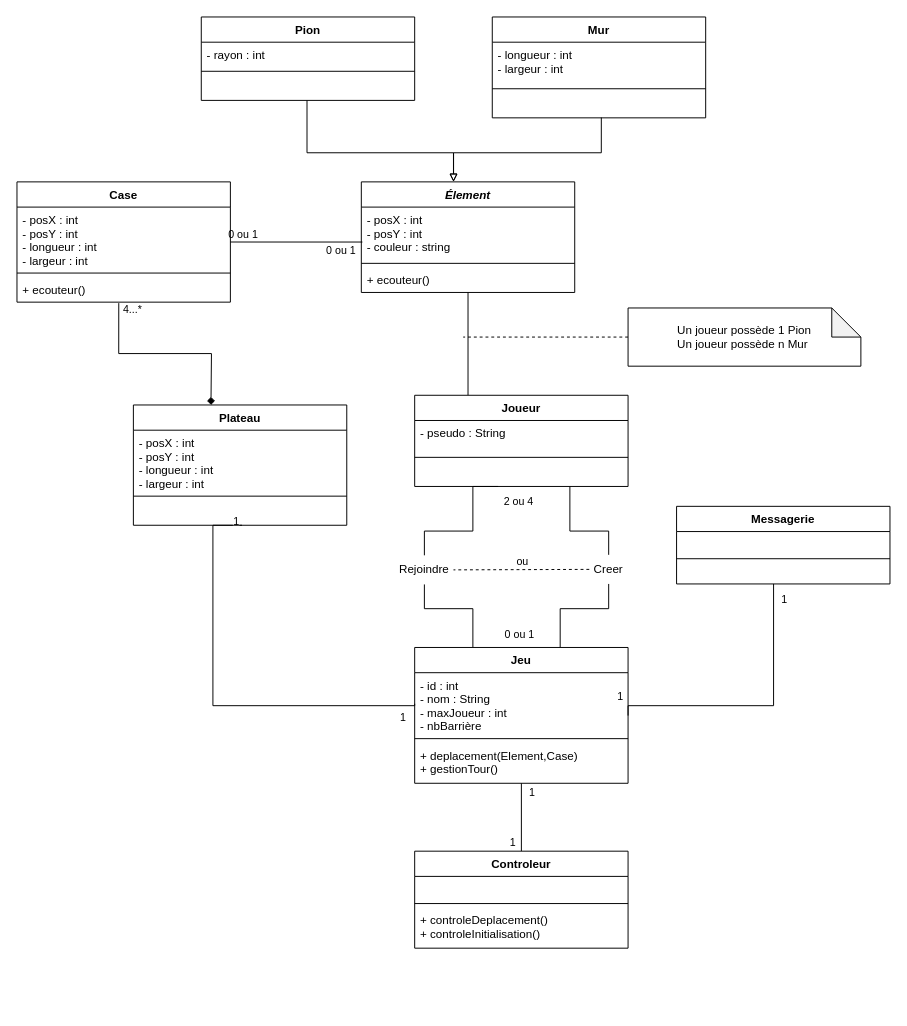
This is diagramme.drawio from Mat-gif/TER_Gsociety, a draw.io file, before an edit. Source tidied: cells renumbered, new cells numbered last; positions are measured from the earlier drawing's top-left corner, leaving out a move shared by most shapes. Both pictures are drawn from the tidied source at 97%, with x=0, y=0 at pixel (16, 16).
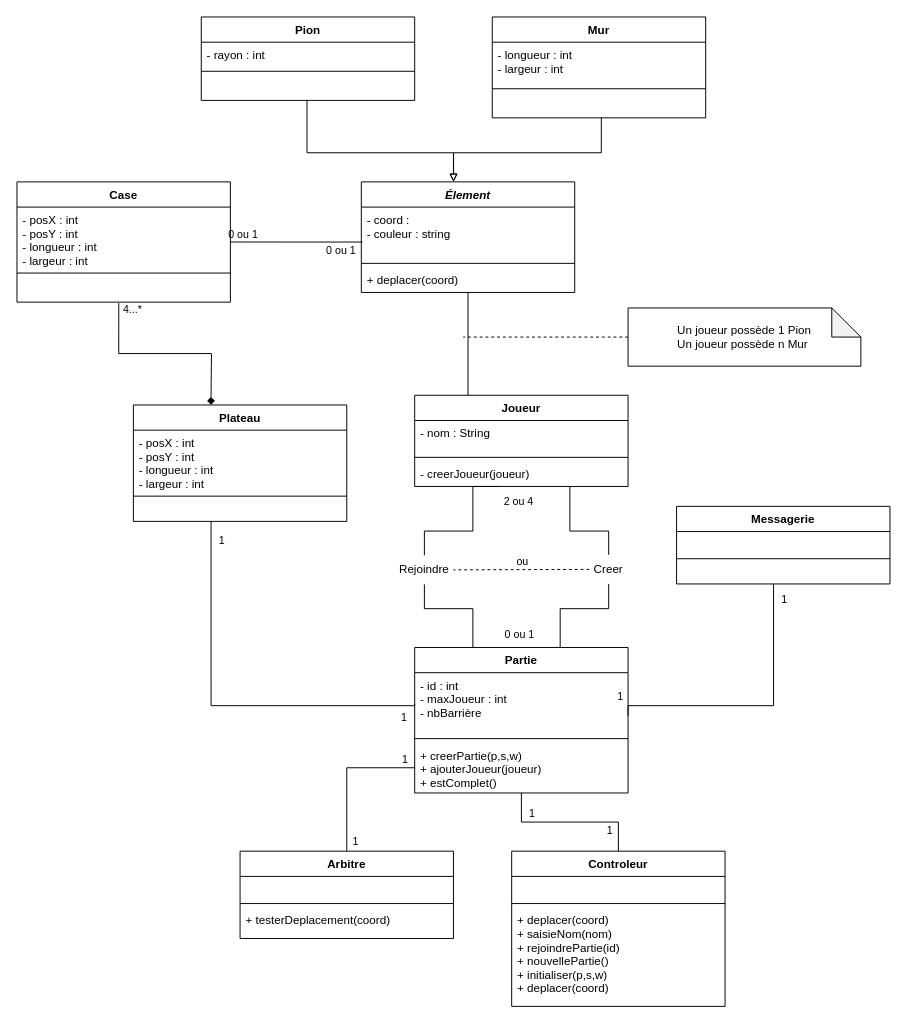
The same diagram, later.

Commit message:
Mettre à jour diagramme.drawio

Unchanged cells that the change refers to:
```xml
<mxCell id="29" value="Élement" style="swimlane;fontStyle=3;align=center;verticalAlign=top;horizontal=1;startSize=26;" parent="1" vertex="1">
  <mxGeometry x="355" y="170" width="220" height="114" as="geometry" />
</mxCell>
<mxCell id="33" value="Case" style="swimlane;fontStyle=1;align=center;verticalAlign=top;horizontal=1;startSize=26;" parent="1" vertex="1">
  <mxGeometry y="170" width="220" height="124" as="geometry" />
</mxCell>
<mxCell id="41" value="Joueur" style="swimlane;fontStyle=1;align=center;verticalAlign=top;horizontal=1;startSize=26;" parent="1" vertex="1">
  <mxGeometry x="410" y="390" width="220" height="94" as="geometry" />
</mxCell>
```

The edit, as a diff of the source:
```diff
@@
-    <mxCell id="9" style="edgeStyle=orthogonalEdgeStyle;rounded=0;jettySize=auto;html=1;endArrow=none;endFill=0;entryX=0.509;entryY=1;entryDx=0;entryDy=0;entryPerimeter=0;exitX=0;exitY=0.5;exitDx=0;exitDy=0;" parent="1" edge="1" source="46" target="40">
+    <mxCell id="9" style="edgeStyle=orthogonalEdgeStyle;rounded=0;jettySize=auto;html=1;endArrow=none;endFill=0;exitX=0;exitY=0.5;exitDx=0;exitDy=0;entryX=0.364;entryY=1;entryDx=0;entryDy=0;entryPerimeter=0;" parent="1" edge="1" source="46" target="40">
       <mxGeometry relative="1" as="geometry">
         <Array as="points">
           <mxPoint x="410" y="710" />
-          <mxPoint x="202" y="710" />
+          <mxPoint x="200" y="710" />
         </Array>
       </mxGeometry>
     </mxCell>
     <mxCell id="10" value="1" style="edgeLabel;html=1;align=center;verticalAlign=middle;" parent="9" vertex="1">
       <mxGeometry x="0.92" y="2" relative="1" as="geometry">
-        <mxPoint x="10" y="-3" as="offset" />
+        <mxPoint x="12" y="4" as="offset" />
       </mxGeometry>
     </mxCell>
@@
-    <mxCell id="30" value="- posX : int&#10;- posY : int&#10;- couleur : string&#10;" style="text;strokeColor=none;fillColor=none;align=left;verticalAlign=top;spacingLeft=4;spacingRight=4;overflow=hidden;points=[[0,0.5],[1,0.5]];portConstraint=eastwest;" parent="29" vertex="1">
+    <mxCell id="30" value="- coord : &#10;- couleur : string&#10;" style="text;strokeColor=none;fillColor=none;align=left;verticalAlign=top;spacingLeft=4;spacingRight=4;overflow=hidden;points=[[0,0.5],[1,0.5]];portConstraint=eastwest;" parent="29" vertex="1">
       <mxGeometry y="26" width="220" height="54" as="geometry" />
     </mxCell>
@@
-    <mxCell id="32" value="+ ecouteur()" style="text;strokeColor=none;fillColor=none;align=left;verticalAlign=top;spacingLeft=4;spacingRight=4;overflow=hidden;" parent="29" vertex="1">
+    <mxCell id="32" value="+ deplacer(coord)" style="text;strokeColor=none;fillColor=none;align=left;verticalAlign=top;spacingLeft=4;spacingRight=4;overflow=hidden;" parent="29" vertex="1">
       <mxGeometry y="88" width="220" height="26" as="geometry" />
     </mxCell>
@@
-    <mxCell id="36" value="+ ecouteur()" style="text;strokeColor=none;fillColor=none;align=left;verticalAlign=top;spacingLeft=4;spacingRight=4;overflow=hidden;points=[[0,0.5],[1,0.5]];portConstraint=eastwest;" parent="33" vertex="1">
+    <mxCell id="36" value="   " style="text;strokeColor=none;fillColor=none;align=left;verticalAlign=top;spacingLeft=4;spacingRight=4;overflow=hidden;points=[[0,0.5],[1,0.5]];portConstraint=eastwest;" parent="33" vertex="1">
       <mxGeometry y="98" width="220" height="26" as="geometry" />
     </mxCell>
     <mxCell id="37" value="Plateau" style="swimlane;fontStyle=1;align=center;verticalAlign=top;horizontal=1;startSize=26;" parent="1" vertex="1">
-      <mxGeometry x="120" y="400" width="220" height="124" as="geometry" />
+      <mxGeometry x="120" y="400" width="220" height="120" as="geometry" />
     </mxCell>
@@
     <mxCell id="40" value=" " style="text;strokeColor=none;fillColor=none;align=left;verticalAlign=top;spacingLeft=4;spacingRight=4;overflow=hidden;points=[[0,0.5],[1,0.5]];portConstraint=eastwest;" parent="37" vertex="1">
-      <mxGeometry y="98" width="220" height="26" as="geometry" />
+      <mxGeometry y="98" width="220" height="22" as="geometry" />
     </mxCell>
@@
-    <mxCell id="42" value="- pseudo : String&#10;" style="text;strokeColor=none;fillColor=none;align=left;verticalAlign=top;spacingLeft=4;spacingRight=4;overflow=hidden;" parent="41" vertex="1">
+    <mxCell id="42" value="- nom : String&#10;" style="text;strokeColor=none;fillColor=none;align=left;verticalAlign=top;spacingLeft=4;spacingRight=4;overflow=hidden;" parent="41" vertex="1">
       <mxGeometry y="26" width="220" height="34" as="geometry" />
     </mxCell>
@@
-    <mxCell id="44" value=" " style="text;strokeColor=none;fillColor=none;align=left;verticalAlign=top;spacingLeft=4;spacingRight=4;overflow=hidden;points=[[0,0.5],[1,0.5]];portConstraint=eastwest;" parent="41" vertex="1">
+    <mxCell id="44" value="- creerJoueur(joueur)&#10;" style="text;strokeColor=none;fillColor=none;align=left;verticalAlign=top;spacingLeft=4;spacingRight=4;overflow=hidden;points=[[0,0.5],[1,0.5]];portConstraint=eastwest;" parent="41" vertex="1">
       <mxGeometry y="68" width="220" height="26" as="geometry" />
     </mxCell>
-    <mxCell id="45" value="Jeu" style="swimlane;fontStyle=1;align=center;verticalAlign=top;horizontal=1;startSize=26;" parent="1" vertex="1">
-      <mxGeometry x="410" y="650" width="220" height="140" as="geometry" />
+    <mxCell id="45" value="Partie" style="swimlane;fontStyle=1;align=center;verticalAlign=top;horizontal=1;startSize=26;" parent="1" vertex="1">
+      <mxGeometry x="410" y="650" width="220" height="150" as="geometry" />
     </mxCell>
-    <mxCell id="46" value="- id : int&#10;- nom : String&#10;- maxJoueur : int&#10;- nbBarrière" style="text;strokeColor=none;fillColor=none;align=left;verticalAlign=top;spacingLeft=4;spacingRight=4;overflow=hidden;points=[[0,0.5],[1,0.5]];portConstraint=eastwest;" parent="45" vertex="1">
+    <mxCell id="46" value="- id : int&#10;- maxJoueur : int&#10;- nbBarrière" style="text;strokeColor=none;fillColor=none;align=left;verticalAlign=top;spacingLeft=4;spacingRight=4;overflow=hidden;points=[[0,0.5],[1,0.5]];portConstraint=eastwest;" parent="45" vertex="1">
       <mxGeometry y="26" width="220" height="64" as="geometry" />
     </mxCell>
@@
-    <mxCell id="48" value="+ deplacement(Element,Case)&#10;+ gestionTour()&#10;" style="text;strokeColor=none;fillColor=none;align=left;verticalAlign=top;spacingLeft=4;spacingRight=4;overflow=hidden;points=[[0,0.5],[1,0.5]];portConstraint=eastwest;" parent="45" vertex="1">
-      <mxGeometry y="98" width="220" height="42" as="geometry" />
+    <mxCell id="48" value="+ creerPartie(p,s,w)&#10;+ ajouterJoueur(joueur)&#10;+ estComplet()" style="text;strokeColor=none;fillColor=none;align=left;verticalAlign=top;spacingLeft=4;spacingRight=4;overflow=hidden;points=[[0,0.5],[1,0.5]];portConstraint=eastwest;" parent="45" vertex="1">
+      <mxGeometry y="98" width="220" height="52" as="geometry" />
     </mxCell>
@@
     <mxCell id="62" value="Controleur" style="swimlane;fontStyle=1;align=center;verticalAlign=top;horizontal=1;startSize=26;" parent="1" vertex="1">
-      <mxGeometry x="410" y="860" width="220" height="100" as="geometry" />
+      <mxGeometry x="510" y="860" width="220" height="160" as="geometry" />
     </mxCell>
@@
-    <mxCell id="65" value="+ controleDeplacement()&#10;+ controleInitialisation()" style="text;strokeColor=none;fillColor=none;align=left;verticalAlign=top;spacingLeft=4;spacingRight=4;overflow=hidden;" parent="62" vertex="1">
-      <mxGeometry y="58" width="220" height="42" as="geometry" />
+    <mxCell id="65" value="+ deplacer(coord)&#10;+ saisieNom(nom)&#10;+ rejoindrePartie(id)&#10;+ nouvellePartie()&#10;+ initialiser(p,s,w)&#10;+ deplacer(coord)" style="text;strokeColor=none;fillColor=none;align=left;verticalAlign=top;spacingLeft=4;spacingRight=4;overflow=hidden;" parent="62" vertex="1">
+      <mxGeometry y="58" width="220" height="102" as="geometry" />
     </mxCell>
+    <mxCell id="66" style="edgeStyle=orthogonalEdgeStyle;rounded=0;jettySize=auto;html=1;entryX=0;entryY=0.5;entryDx=0;entryDy=0;endArrow=none;endFill=0;" parent="1" edge="1" source="69" target="48">
+      <mxGeometry relative="1" as="geometry" />
+    </mxCell>
+    <mxCell id="67" value="1" style="edgeLabel;html=1;align=center;verticalAlign=middle;" parent="66" vertex="1">
+      <mxGeometry x="0.78" relative="1" as="geometry">
+        <mxPoint x="6" y="-9" as="offset" />
+      </mxGeometry>
+    </mxCell>
+    <mxCell id="68" value="1" style="edgeLabel;html=1;align=center;verticalAlign=middle;" parent="66" vertex="1">
+      <mxGeometry x="-0.86" y="-1" relative="1" as="geometry">
+        <mxPoint x="7" as="offset" />
+      </mxGeometry>
+    </mxCell>
+    <mxCell id="69" value="Arbitre" style="swimlane;fontStyle=1;align=center;verticalAlign=top;horizontal=1;startSize=26;" parent="1" vertex="1">
+      <mxGeometry x="230" y="860" width="220" height="90" as="geometry" />
+    </mxCell>
+    <mxCell id="70" value=" " style="text;strokeColor=none;fillColor=none;align=left;verticalAlign=top;spacingLeft=4;spacingRight=4;overflow=hidden;" parent="69" vertex="1">
+      <mxGeometry y="26" width="220" height="24" as="geometry" />
+    </mxCell>
+    <mxCell id="71" style="line;strokeWidth=1;fillColor=none;align=left;verticalAlign=middle;spacingTop=-1;spacingLeft=3;spacingRight=3;labelPosition=right;strokeColor=inherit;" parent="69" vertex="1">
+      <mxGeometry y="50" width="220" height="8" as="geometry" />
+    </mxCell>
+    <mxCell id="72" value="+ testerDeplacement(coord)" style="text;strokeColor=none;fillColor=none;align=left;verticalAlign=top;spacingLeft=4;spacingRight=4;overflow=hidden;" parent="69" vertex="1">
+      <mxGeometry y="58" width="220" height="32" as="geometry" />
+    </mxCell>
```
